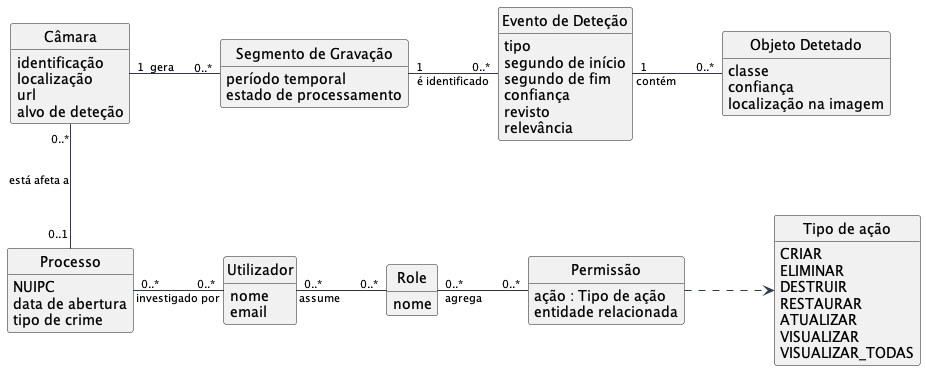
The PlantUML diagram thesis/ch3/assets/domain-model.png in gustavocaiano/fuse, before a commit. Source of this version:
```plantuml
@startuml




hide circle
hide methods
skinparam classAttributeIconSize 0

skinparam linetype ortho
skinparam shadowing false
skinparam nodesep 90
skinparam ranksep 75
skinparam ArrowFontSize 11
skinparam ArrowThickness 1
skinparam ArrowColor #2F3A4A



class "Utilizador" as Utilizador {
  nome
  email
}

class "Role" as Role {
  nome
}

class "Permissão" as Permissao {
  ação : Tipo de ação
  entidade relacionada
}

class "Processo" as Processo {
  NUIPC
  data de abertura
  tipo de crime
}

class "Câmara" as Camara {
  identificação
  localização
  url
  alvo de deteção
}

class "Segmento de Gravação" as SegmentoGravacao {
  período temporal
  estado de processamento
}

class "Evento de Deteção" as EventoDetecao {
  tipo
  segundo de início
  segundo de fim
  confiança
  revisto
  relevância
}

class "Objeto Detetado" as ObjetoDetetado {
  classe
  confiança
  localização na imagem
}





enum "Tipo de ação" as Action {
  CRIAR
  ELIMINAR
  DESTRUIR
  RESTAURAR
  ATUALIZAR
  VISUALIZAR
  VISUALIZAR_TODAS
}


Utilizador "0..*" -right- "0..*" Role : assume
Role "0..*" -right- "0..*" Permissao : agrega
Permissao .right.> Action

Processo "0..*" -right- "0..*" Utilizador : investigado por
Camara "0..*" -down- "0..1" Processo : está afeta a

Camara "1" -right- "0..*" SegmentoGravacao : gera
SegmentoGravacao "1" -right- "0..*" EventoDetecao : é identificado
EventoDetecao "1" -right- "0..*" ObjetoDetetado : contém




@enduml
```
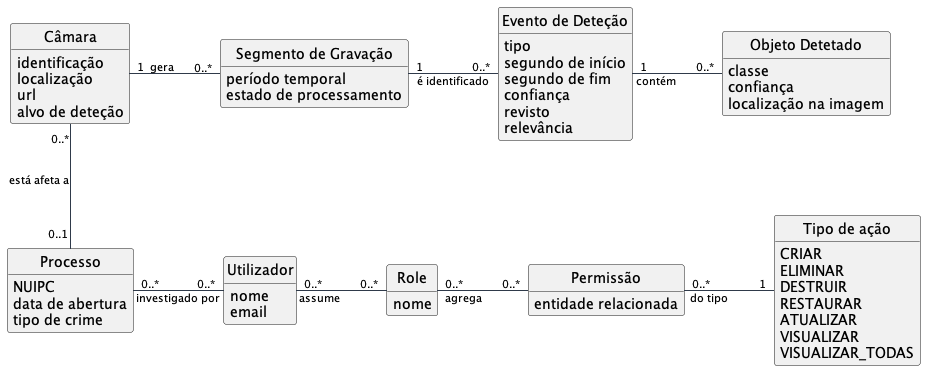
After the commit.

Change to the diagram source:
```diff
@@ -1,4 +1,4 @@
-@startuml
+@startuml domain-model
 
 
 
@@ -27,7 +27,6 @@
 }
 
 class "Permissão" as Permissao {
-  ação : Tipo de ação
   entidade relacionada
 }
 
@@ -81,7 +80,7 @@
 
 Utilizador "0..*" -right- "0..*" Role : assume
 Role "0..*" -right- "0..*" Permissao : agrega
-Permissao .right.> Action
+Permissao  "0..*" -right-  "1" Action : do tipo
 
 Processo "0..*" -right- "0..*" Utilizador : investigado por
 Camara "0..*" -down- "0..1" Processo : está afeta a
```
